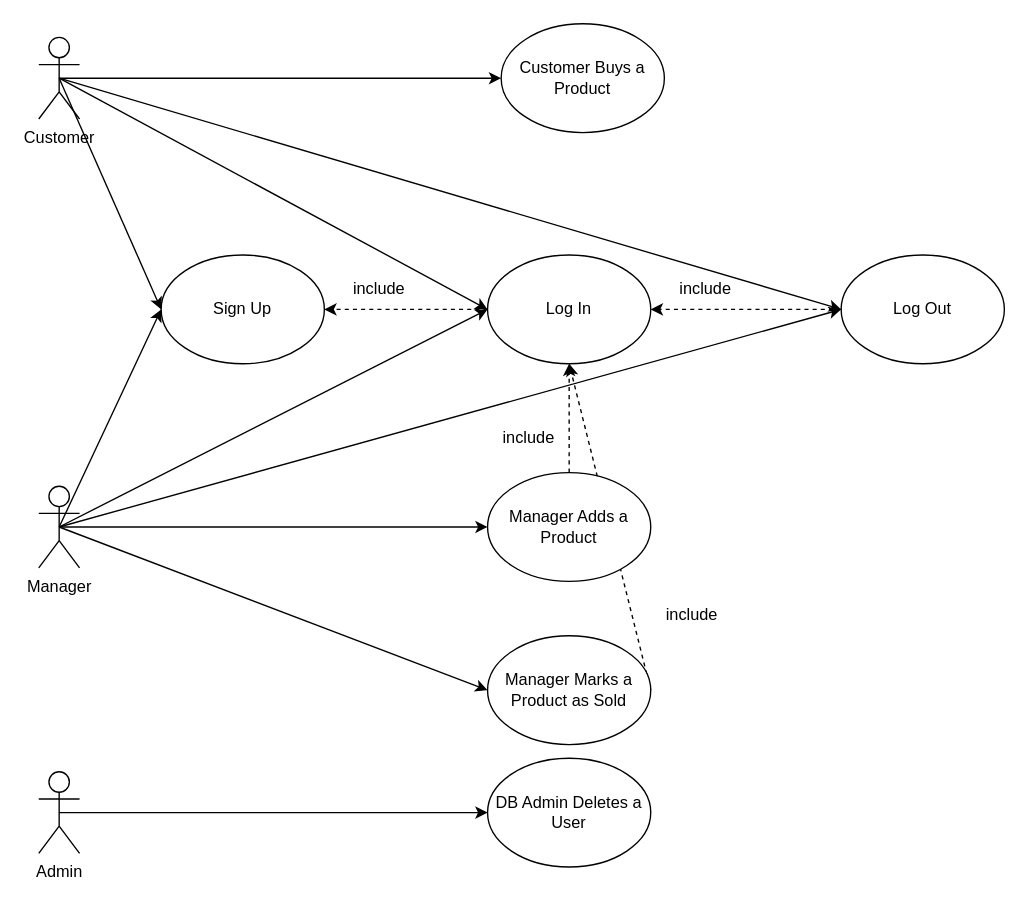
This is page "V1" (1 of 2) of figures/use-case-diagram.drawio from eduardz1/EZElectronics, a draw.io file, before an edit. Source tidied: cells renumbered, new cells numbered last; positions are measured from the earlier drawing's top-left corner, leaving out a move shared by most shapes. Both pictures are drawn from the tidied source at 136%, with x=0, y=0 at pixel (38, 23).
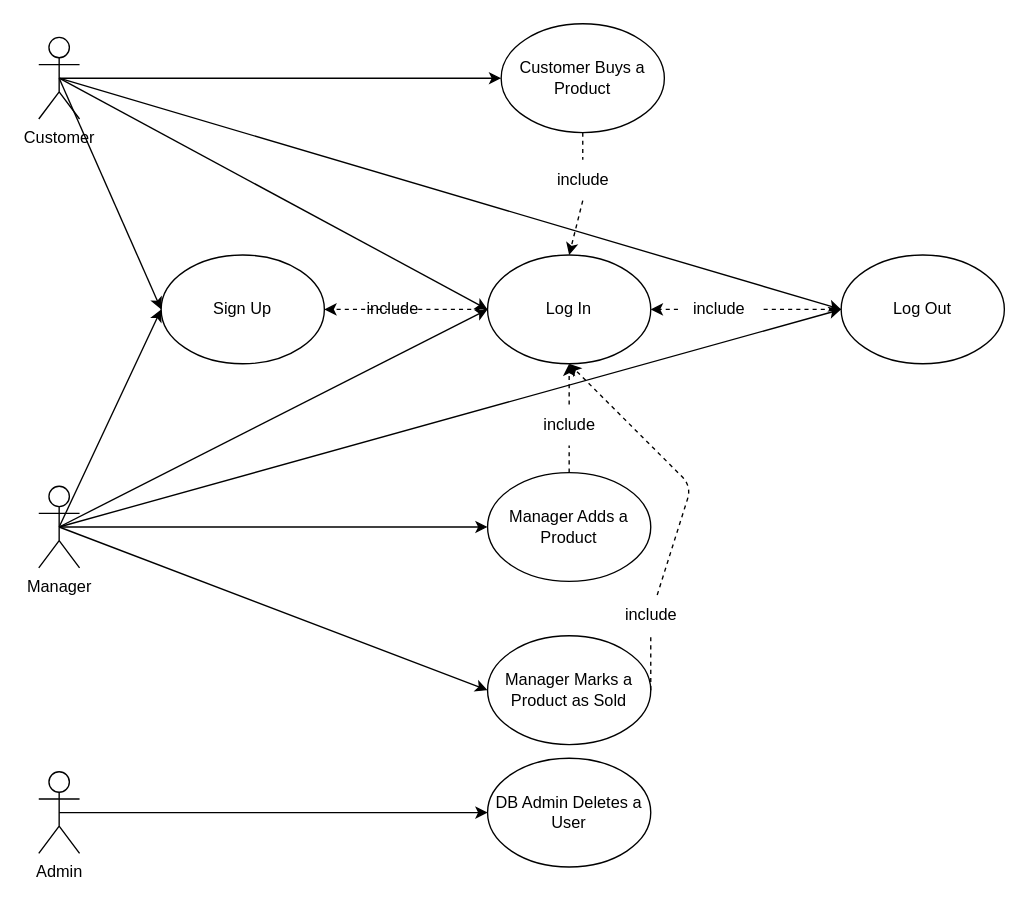
Above is the later version.

Commit message (it also covers changes not shown here):
docs: fixed usecases v2 and  added use-case-diagram-v2

The change refers to these unchanged cells:
```xml
<mxCell id="4" value="Manager Marks a Product as Sold" style="ellipse;whiteSpace=wrap;html=1;" parent="1" vertex="1">
  <mxGeometry x="330" y="450" width="120" height="80" as="geometry" />
</mxCell>
<mxCell id="6" value="Manager Adds a Product" style="ellipse;whiteSpace=wrap;html=1;" parent="1" vertex="1">
  <mxGeometry x="330" y="330" width="120" height="80" as="geometry" />
</mxCell>
<mxCell id="8" value="Customer Buys a Product" style="ellipse;whiteSpace=wrap;html=1;" parent="1" vertex="1">
  <mxGeometry x="340" width="120" height="80" as="geometry" />
</mxCell>
<mxCell id="10" value="Log Out" style="ellipse;whiteSpace=wrap;html=1;" parent="1" vertex="1">
  <mxGeometry x="590" y="170" width="120" height="80" as="geometry" />
</mxCell>
<mxCell id="12" value="Log In" style="ellipse;whiteSpace=wrap;html=1;" parent="1" vertex="1">
  <mxGeometry x="330" y="170" width="120" height="80" as="geometry" />
</mxCell>
```

The edit, as a diff of the source:
```diff
@@
-    <mxCell id="3" style="edgeStyle=none;html=1;exitX=1;exitY=0.5;exitDx=0;exitDy=0;dashed=1;entryX=0.5;entryY=1;entryDx=0;entryDy=0;" parent="1" edge="1" source="4" target="12">
-      <mxGeometry relative="1" as="geometry" />
+    <mxCell id="3" style="edgeStyle=none;html=1;dashed=1;entryX=0.5;entryY=1;entryDx=0;entryDy=0;startArrow=none;" parent="1" edge="1" source="26" target="12">
+      <mxGeometry relative="1" as="geometry">
+        <Array as="points">
+          <mxPoint x="480" y="340" />
+        </Array>
+      </mxGeometry>
     </mxCell>
@@
-    <mxCell id="5" style="edgeStyle=none;html=1;exitX=0.5;exitY=0;exitDx=0;exitDy=0;entryX=0.5;entryY=1;entryDx=0;entryDy=0;dashed=1;" parent="1" edge="1" source="6" target="12">
+    <mxCell id="5" style="edgeStyle=none;html=1;exitX=0.5;exitY=0;exitDx=0;exitDy=0;entryX=0.5;entryY=1;entryDx=0;entryDy=0;dashed=1;startArrow=none;" parent="1" edge="1" source="27" target="12">
       <mxGeometry relative="1" as="geometry" />
     </mxCell>
@@
+    <mxCell id="30" style="edgeStyle=none;html=1;exitX=0.5;exitY=1;exitDx=0;exitDy=0;entryX=0.5;entryY=0;entryDx=0;entryDy=0;dashed=1;startArrow=none;" parent="1" edge="1" source="32" target="12">
+      <mxGeometry relative="1" as="geometry" />
+    </mxCell>
@@
-    <mxCell id="9" style="edgeStyle=none;html=1;exitX=0;exitY=0.5;exitDx=0;exitDy=0;entryX=1;entryY=0.5;entryDx=0;entryDy=0;dashed=1;" parent="1" edge="1" source="10" target="12">
+    <mxCell id="9" style="edgeStyle=none;html=1;exitX=0;exitY=0.5;exitDx=0;exitDy=0;entryX=1;entryY=0.5;entryDx=0;entryDy=0;dashed=1;startArrow=none;" parent="1" edge="1" source="29" target="12">
       <mxGeometry relative="1" as="geometry" />
     </mxCell>
@@
+    <mxCell id="28" value="include" style="text;html=1;align=center;verticalAlign=middle;strokeColor=none;fillColor=none;" parent="1" vertex="1">
+      <mxGeometry x="230" y="195" width="60" height="30" as="geometry" />
+    </mxCell>
+    <mxCell id="31" style="edgeStyle=none;html=1;exitX=0.5;exitY=1;exitDx=0;exitDy=0;entryX=0.5;entryY=0;entryDx=0;entryDy=0;dashed=1;endArrow=none;" parent="1" edge="1" source="8" target="32">
+      <mxGeometry relative="1" as="geometry" />
+    </mxCell>
+    <mxCell id="32" value="include" style="text;html=1;align=center;verticalAlign=middle;points=[];strokeColor=none;fillColor=none;" parent="1" vertex="1">
+      <mxGeometry x="370" y="100" width="60" height="30" as="geometry" />
+    </mxCell>
+    <mxCell id="33" style="edgeStyle=none;html=1;exitX=0;exitY=0.5;exitDx=0;exitDy=0;entryX=1;entryY=0.5;entryDx=0;entryDy=0;dashed=1;endArrow=none;" parent="1" edge="1" source="10" target="29">
+      <mxGeometry relative="1" as="geometry" />
+    </mxCell>
+    <mxCell id="29" value="include" style="text;html=1;align=center;verticalAlign=middle;points=[];strokeColor=none;fillColor=none;" parent="1" vertex="1">
+      <mxGeometry x="470" y="195" width="60" height="30" as="geometry" />
+    </mxCell>
+    <mxCell id="34" style="edgeStyle=none;html=1;exitX=0.5;exitY=0;exitDx=0;exitDy=0;entryX=0.5;entryY=1;entryDx=0;entryDy=0;dashed=1;endArrow=none;" parent="1" edge="1" source="6" target="27">
+      <mxGeometry relative="1" as="geometry" />
+    </mxCell>
+    <mxCell id="27" value="include" style="text;html=1;align=center;verticalAlign=middle;points=[];strokeColor=none;fillColor=none;" parent="1" vertex="1">
+      <mxGeometry x="360" y="280" width="60" height="30" as="geometry" />
+    </mxCell>
+    <mxCell id="35" style="edgeStyle=none;html=1;exitX=1;exitY=0.5;exitDx=0;exitDy=0;dashed=1;entryX=0.5;entryY=1;entryDx=0;entryDy=0;endArrow=none;" parent="1" edge="1" source="4" target="26">
+      <mxGeometry relative="1" as="geometry" />
+    </mxCell>
     <mxCell id="26" value="include" style="text;html=1;align=center;verticalAlign=middle;points=[];strokeColor=none;fillColor=none;" parent="1" vertex="1">
-      <mxGeometry x="450" y="420" width="60" height="30" as="geometry" />
+      <mxGeometry x="420" y="420" width="60" height="30" as="geometry" />
     </mxCell>
-    <mxCell id="27" value="include" style="text;html=1;align=center;verticalAlign=middle;points=[];strokeColor=none;fillColor=none;" parent="1" vertex="1">
-      <mxGeometry x="330" y="290" width="60" height="30" as="geometry" />
-    </mxCell>
-    <mxCell id="28" value="include" style="text;html=1;align=center;verticalAlign=middle;strokeColor=none;fillColor=none;" parent="1" vertex="1">
-      <mxGeometry x="220" y="180" width="60" height="30" as="geometry" />
-    </mxCell>
-    <mxCell id="29" value="include" style="text;html=1;align=center;verticalAlign=middle;points=[];strokeColor=none;fillColor=none;" parent="1" vertex="1">
-      <mxGeometry x="460" y="180" width="60" height="30" as="geometry" />
-    </mxCell>
```
